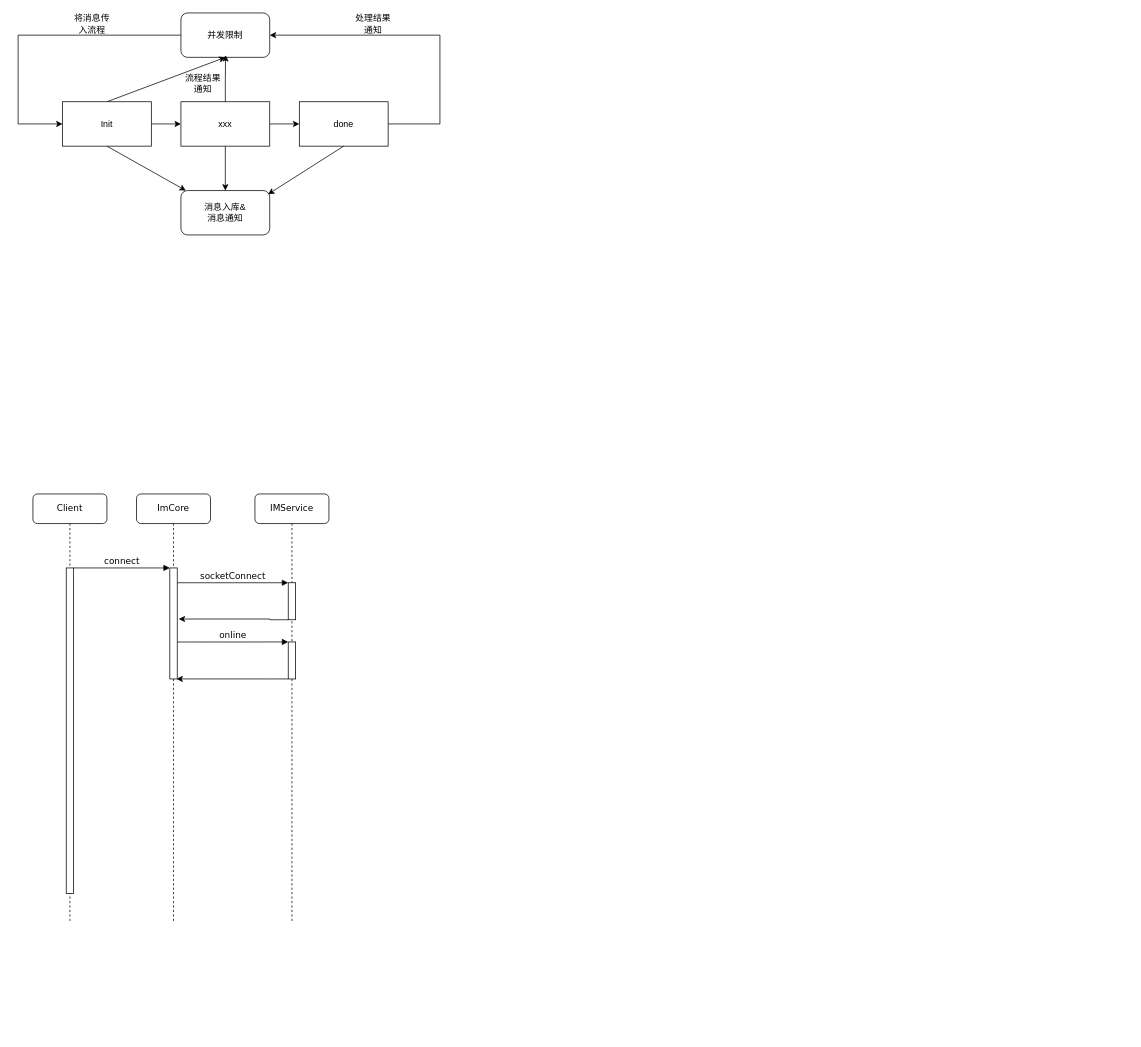
Before: draw/塔影/IM剥离.drawio in Jonty1997/personal_sources, a draw.io diagram. Source tidied: cells renumbered, new cells numbered last; positions are measured from the earlier drawing's top-left corner, leaving out a move shared by most shapes. Both pictures are drawn from the tidied source at 74%, with x=0, y=0 at pixel (18, 13).
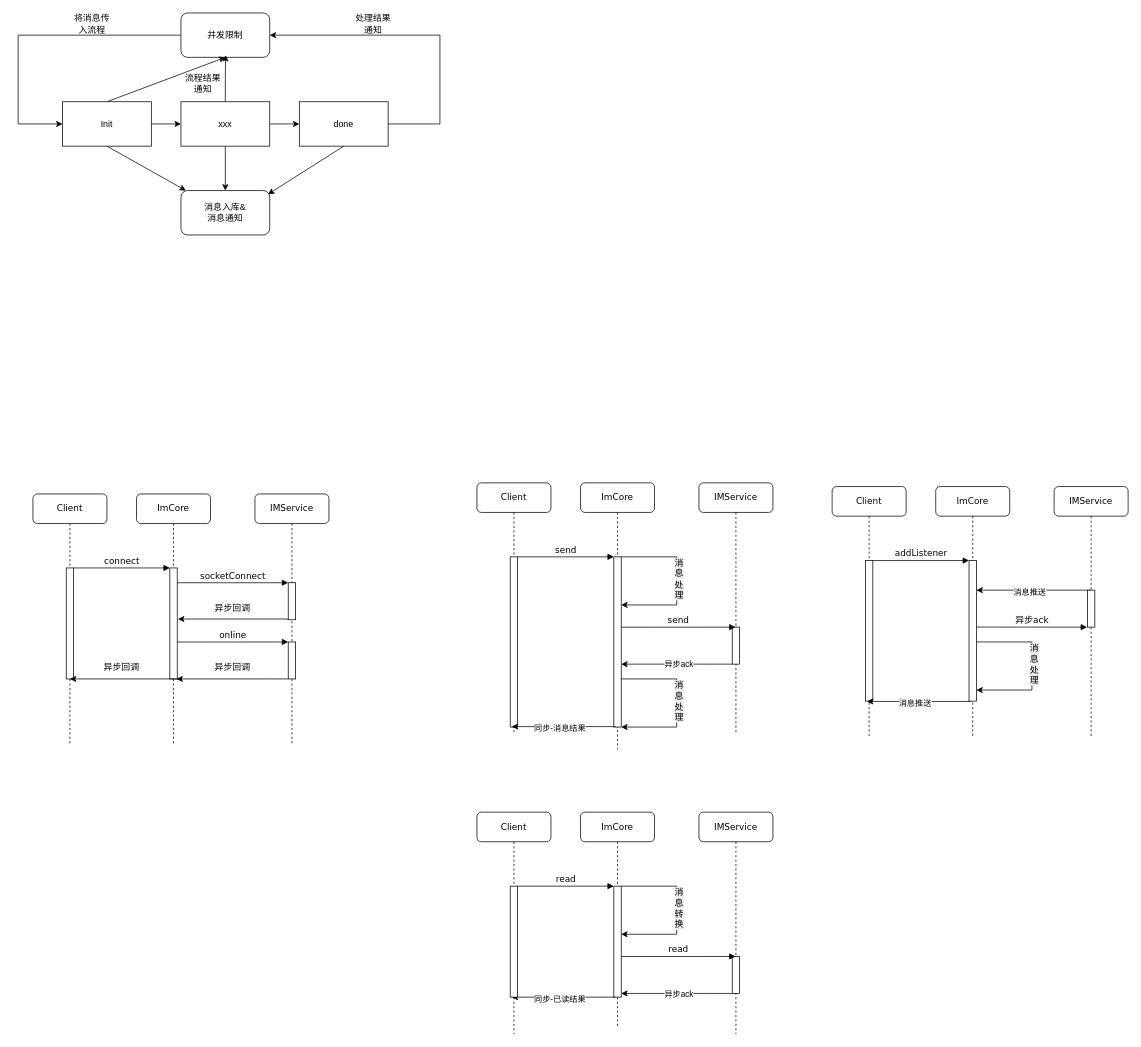
The same diagram, later.

The change refers to these unchanged cells:
```xml
<mxCell id="20" style="html=1;points=[];perimeter=orthogonalPerimeter;rounded=0;shadow=0;comic=0;labelBackgroundColor=none;strokeWidth=1;fontFamily=Verdana;fontSize=12;align=center;" parent="19" vertex="1">
  <mxGeometry x="45" y="100" width="10" height="150" as="geometry" />
</mxCell>
<mxCell id="22" style="html=1;points=[];perimeter=orthogonalPerimeter;rounded=0;shadow=0;comic=0;labelBackgroundColor=none;strokeWidth=1;fontFamily=Verdana;fontSize=12;align=center;" parent="21" vertex="1">
  <mxGeometry x="45" y="120" width="10" height="50" as="geometry" />
</mxCell>
```

What changed in the source:
```diff
@@
     <mxCell id="19" value="ImCore" style="shape=umlLifeline;perimeter=lifelinePerimeter;whiteSpace=wrap;html=1;rounded=1;shadow=0;comic=0;labelBackgroundColor=none;strokeWidth=1;fontFamily=Verdana;fontSize=12;align=center;" parent="1" vertex="1">
-      <mxGeometry x="160" y="650" width="100" height="580" as="geometry" />
+      <mxGeometry x="160" y="650" width="100" height="340" as="geometry" />
     </mxCell>
@@
     <mxCell id="21" value="IMService" style="shape=umlLifeline;perimeter=lifelinePerimeter;whiteSpace=wrap;html=1;rounded=1;shadow=0;comic=0;labelBackgroundColor=none;strokeWidth=1;fontFamily=Verdana;fontSize=12;align=center;" parent="1" vertex="1">
-      <mxGeometry x="320" y="650" width="100" height="580" as="geometry" />
+      <mxGeometry x="320" y="650" width="100" height="340" as="geometry" />
     </mxCell>
@@
+    <mxCell id="29" style="edgeStyle=orthogonalEdgeStyle;rounded=0;orthogonalLoop=1;jettySize=auto;html=1;entryX=1.2;entryY=0.46;entryDx=0;entryDy=0;entryPerimeter=0;" parent="21" edge="1">
+      <mxGeometry relative="1" as="geometry">
+        <mxPoint x="44" y="170" as="sourcePoint" />
+        <mxPoint x="-104" y="169" as="targetPoint" />
+        <Array as="points">
+          <mxPoint x="44" y="169" />
+        </Array>
+      </mxGeometry>
+    </mxCell>
     <mxCell id="25" value="Client" style="shape=umlLifeline;perimeter=lifelinePerimeter;whiteSpace=wrap;html=1;rounded=1;shadow=0;comic=0;labelBackgroundColor=none;strokeWidth=1;fontFamily=Verdana;fontSize=12;align=center;" parent="1" vertex="1">
-      <mxGeometry x="20" y="650" width="100" height="580" as="geometry" />
+      <mxGeometry x="20" y="650" width="100" height="340" as="geometry" />
     </mxCell>
     <mxCell id="26" style="html=1;points=[];perimeter=orthogonalPerimeter;rounded=0;shadow=0;comic=0;labelBackgroundColor=none;strokeWidth=1;fontFamily=Verdana;fontSize=12;align=center;" parent="25" vertex="1">
-      <mxGeometry x="45" y="100" width="10" height="440" as="geometry" />
+      <mxGeometry x="45" y="100" width="10" height="150" as="geometry" />
     </mxCell>
+    <mxCell id="31" style="edgeStyle=orthogonalEdgeStyle;rounded=0;orthogonalLoop=1;jettySize=auto;html=1;entryX=0.932;entryY=0.304;entryDx=0;entryDy=0;entryPerimeter=0;" parent="25" edge="1">
+      <mxGeometry relative="1" as="geometry">
+        <mxPoint x="201" y="250" as="sourcePoint" />
+        <mxPoint x="50" y="250" as="targetPoint" />
+        <Array as="points">
+          <mxPoint x="176" y="250" />
+        </Array>
+      </mxGeometry>
+    </mxCell>
@@
-    <mxCell id="29" style="edgeStyle=orthogonalEdgeStyle;rounded=0;jettySize=auto;html=1;entryX=1.2;entryY=0.46;entryDx=0;entryDy=0;entryPerimeter=0;" parent="1" edge="1" source="22" target="20">
-      <mxGeometry relative="1" as="geometry">
-        <Array as="points">
-          <mxPoint x="340" y="820" />
-          <mxPoint x="340" y="819" />
-        </Array>
-      </mxGeometry>
-    </mxCell>
@@
+    <mxCell id="32" value="ImCore" style="shape=umlLifeline;perimeter=lifelinePerimeter;whiteSpace=wrap;html=1;rounded=1;shadow=0;comic=0;labelBackgroundColor=none;strokeWidth=1;fontFamily=Verdana;fontSize=12;align=center;" parent="1" vertex="1">
+      <mxGeometry x="760" y="635" width="100" height="360" as="geometry" />
+    </mxCell>
+    <mxCell id="33" style="html=1;points=[];perimeter=orthogonalPerimeter;rounded=0;shadow=0;comic=0;labelBackgroundColor=none;strokeWidth=1;fontFamily=Verdana;fontSize=12;align=center;" parent="32" vertex="1">
+      <mxGeometry x="45" y="100" width="10" height="230" as="geometry" />
+    </mxCell>
+    <mxCell id="34" style="edgeStyle=orthogonalEdgeStyle;rounded=0;orthogonalLoop=1;jettySize=auto;html=1;" parent="32" edge="1">
+      <mxGeometry relative="1" as="geometry">
+        <mxPoint x="55" y="100" as="sourcePoint" />
+        <mxPoint x="55" y="165" as="targetPoint" />
+        <Array as="points">
+          <mxPoint x="130" y="100" />
+          <mxPoint x="130" y="165" />
+        </Array>
+      </mxGeometry>
+    </mxCell>
+    <mxCell id="35" value="&lt;span style=&quot;font-size: 12px; text-wrap-mode: wrap; background-color: rgb(236, 236, 236);&quot;&gt;消息处理&lt;/span&gt;" style="edgeLabel;html=1;align=center;verticalAlign=middle;" parent="34" vertex="1">
+      <mxGeometry x="-0.03" y="2" relative="1" as="geometry" />
+    </mxCell>
+    <mxCell id="36" style="edgeStyle=orthogonalEdgeStyle;rounded=0;orthogonalLoop=1;jettySize=auto;html=1;" parent="32" edge="1">
+      <mxGeometry relative="1" as="geometry">
+        <mxPoint x="205" y="245" as="sourcePoint" />
+        <mxPoint x="55" y="245" as="targetPoint" />
+        <Array as="points">
+          <mxPoint x="170" y="245" />
+          <mxPoint x="170" y="245" />
+        </Array>
+      </mxGeometry>
+    </mxCell>
+    <mxCell id="37" value="异步ack" style="edgeLabel;html=1;align=center;verticalAlign=middle;" parent="36" vertex="1">
+      <mxGeometry x="-0.03" relative="1" as="geometry" />
+    </mxCell>
+    <mxCell id="38" value="IMService" style="shape=umlLifeline;perimeter=lifelinePerimeter;whiteSpace=wrap;html=1;rounded=1;shadow=0;comic=0;labelBackgroundColor=none;strokeWidth=1;fontFamily=Verdana;fontSize=12;align=center;" parent="1" vertex="1">
+      <mxGeometry x="920" y="635" width="100" height="340" as="geometry" />
+    </mxCell>
+    <mxCell id="39" style="html=1;perimeter=orthogonalPerimeter;rounded=0;shadow=0;comic=0;labelBackgroundColor=none;strokeWidth=1;fontFamily=Verdana;fontSize=12;align=center;" parent="38" vertex="1">
+      <mxGeometry x="45" y="195" width="10" height="50" as="geometry" />
+    </mxCell>
+    <mxCell id="40" value="Client" style="shape=umlLifeline;perimeter=lifelinePerimeter;whiteSpace=wrap;html=1;rounded=1;shadow=0;comic=0;labelBackgroundColor=none;strokeWidth=1;fontFamily=Verdana;fontSize=12;align=center;" parent="1" vertex="1">
+      <mxGeometry x="620" y="635" width="100" height="340" as="geometry" />
+    </mxCell>
+    <mxCell id="41" style="html=1;points=[];perimeter=orthogonalPerimeter;rounded=0;shadow=0;comic=0;labelBackgroundColor=none;strokeWidth=1;fontFamily=Verdana;fontSize=12;align=center;" parent="40" vertex="1">
+      <mxGeometry x="45" y="100" width="10" height="230" as="geometry" />
+    </mxCell>
+    <mxCell id="42" value="send" style="html=1;verticalAlign=bottom;endArrow=block;entryX=0;entryY=0;labelBackgroundColor=none;fontFamily=Verdana;fontSize=12;edgeStyle=elbowEdgeStyle;elbow=vertical;rounded=0;" parent="1" edge="1" source="41" target="33">
+      <mxGeometry relative="1" as="geometry" />
+    </mxCell>
+    <mxCell id="43" value="异步回调" style="text;html=1;whiteSpace=wrap;strokeColor=none;fillColor=none;align=center;verticalAlign=middle;rounded=0;" parent="1" vertex="1">
+      <mxGeometry x="260" y="870" width="60" height="30" as="geometry" />
+    </mxCell>
+    <mxCell id="44" value="异步回调" style="text;html=1;whiteSpace=wrap;strokeColor=none;fillColor=none;align=center;verticalAlign=middle;rounded=0;" parent="1" vertex="1">
+      <mxGeometry x="260" y="790" width="60" height="30" as="geometry" />
+    </mxCell>
+    <mxCell id="45" value="异步回调" style="text;html=1;whiteSpace=wrap;strokeColor=none;fillColor=none;align=center;verticalAlign=middle;rounded=0;" parent="1" vertex="1">
+      <mxGeometry x="110" y="870" width="60" height="30" as="geometry" />
+    </mxCell>
+    <mxCell id="46" value="send" style="html=1;verticalAlign=bottom;endArrow=block;labelBackgroundColor=none;fontFamily=Verdana;fontSize=12;edgeStyle=elbowEdgeStyle;elbow=vertical;rounded=0;" parent="1" edge="1">
+      <mxGeometry relative="1" as="geometry">
+        <mxPoint x="815" y="830.1" as="sourcePoint" />
+        <mxPoint x="969.5" y="830.1" as="targetPoint" />
+      </mxGeometry>
+    </mxCell>
+    <mxCell id="47" style="edgeStyle=orthogonalEdgeStyle;rounded=0;orthogonalLoop=1;jettySize=auto;html=1;entryX=1.024;entryY=0.432;entryDx=0;entryDy=0;entryPerimeter=0;" parent="1" edge="1">
+      <mxGeometry relative="1" as="geometry">
+        <mxPoint x="815" y="900" as="sourcePoint" />
+        <mxPoint x="815" y="965" as="targetPoint" />
+        <Array as="points">
+          <mxPoint x="890" y="900" />
+          <mxPoint x="890" y="965" />
+        </Array>
+      </mxGeometry>
+    </mxCell>
+    <mxCell id="48" value="&lt;span style=&quot;font-size: 12px; text-wrap-mode: wrap; background-color: rgb(236, 236, 236);&quot;&gt;消息处理&lt;/span&gt;" style="edgeLabel;html=1;align=center;verticalAlign=middle;" parent="47" vertex="1">
+      <mxGeometry x="-0.03" y="2" relative="1" as="geometry" />
+    </mxCell>
+    <mxCell id="49" style="edgeStyle=orthogonalEdgeStyle;rounded=0;orthogonalLoop=1;jettySize=auto;html=1;entryX=0.932;entryY=0.304;entryDx=0;entryDy=0;entryPerimeter=0;" parent="1" edge="1">
+      <mxGeometry relative="1" as="geometry">
+        <mxPoint x="807" y="964.4" as="sourcePoint" />
+        <mxPoint x="667" y="964.4" as="targetPoint" />
+        <Array as="points">
+          <mxPoint x="793" y="964.4" />
+        </Array>
+      </mxGeometry>
+    </mxCell>
+    <mxCell id="50" value="同步-消息结果" style="edgeLabel;html=1;align=center;verticalAlign=middle;" parent="49" vertex="1">
+      <mxGeometry x="0.08" y="2" relative="1" as="geometry" />
+    </mxCell>
+    <mxCell id="51" value="ImCore" style="shape=umlLifeline;perimeter=lifelinePerimeter;whiteSpace=wrap;html=1;rounded=1;shadow=0;comic=0;labelBackgroundColor=none;strokeWidth=1;fontFamily=Verdana;fontSize=12;align=center;" parent="1" vertex="1">
+      <mxGeometry x="1240" y="640" width="100" height="340" as="geometry" />
+    </mxCell>
+    <mxCell id="52" style="html=1;points=[];perimeter=orthogonalPerimeter;rounded=0;shadow=0;comic=0;labelBackgroundColor=none;strokeWidth=1;fontFamily=Verdana;fontSize=12;align=center;" parent="51" vertex="1">
+      <mxGeometry x="45" y="100" width="10" height="190" as="geometry" />
+    </mxCell>
+    <mxCell id="53" style="edgeStyle=orthogonalEdgeStyle;rounded=0;orthogonalLoop=1;jettySize=auto;html=1;" parent="51" edge="1">
+      <mxGeometry relative="1" as="geometry">
+        <mxPoint x="210" y="140" as="sourcePoint" />
+        <mxPoint x="55" y="140" as="targetPoint" />
+        <Array as="points">
+          <mxPoint x="125" y="140" />
+          <mxPoint x="125" y="140" />
+        </Array>
+      </mxGeometry>
+    </mxCell>
+    <mxCell id="54" value="消息推送" style="edgeLabel;html=1;align=center;verticalAlign=middle;" parent="53" vertex="1">
+      <mxGeometry x="0.08" y="2" relative="1" as="geometry" />
+    </mxCell>
+    <mxCell id="55" style="edgeStyle=orthogonalEdgeStyle;rounded=0;orthogonalLoop=1;jettySize=auto;html=1;entryX=1.024;entryY=0.432;entryDx=0;entryDy=0;entryPerimeter=0;" parent="51" edge="1">
+      <mxGeometry relative="1" as="geometry">
+        <mxPoint x="55" y="210" as="sourcePoint" />
+        <mxPoint x="55" y="275" as="targetPoint" />
+        <Array as="points">
+          <mxPoint x="130" y="210" />
+          <mxPoint x="130" y="275" />
+        </Array>
+      </mxGeometry>
+    </mxCell>
+    <mxCell id="56" value="&lt;span style=&quot;font-size: 12px; text-wrap-mode: wrap; background-color: rgb(236, 236, 236);&quot;&gt;消息处理&lt;/span&gt;" style="edgeLabel;html=1;align=center;verticalAlign=middle;" parent="55" vertex="1">
+      <mxGeometry x="-0.03" y="2" relative="1" as="geometry" />
+    </mxCell>
+    <mxCell id="57" value="IMService" style="shape=umlLifeline;perimeter=lifelinePerimeter;whiteSpace=wrap;html=1;rounded=1;shadow=0;comic=0;labelBackgroundColor=none;strokeWidth=1;fontFamily=Verdana;fontSize=12;align=center;" parent="1" vertex="1">
+      <mxGeometry x="1400" y="640" width="100" height="340" as="geometry" />
+    </mxCell>
+    <mxCell id="58" style="html=1;perimeter=orthogonalPerimeter;rounded=0;shadow=0;comic=0;labelBackgroundColor=none;strokeWidth=1;fontFamily=Verdana;fontSize=12;align=center;" parent="57" vertex="1">
+      <mxGeometry x="45" y="140" width="10" height="50" as="geometry" />
+    </mxCell>
+    <mxCell id="59" value="Client" style="shape=umlLifeline;perimeter=lifelinePerimeter;whiteSpace=wrap;html=1;rounded=1;shadow=0;comic=0;labelBackgroundColor=none;strokeWidth=1;fontFamily=Verdana;fontSize=12;align=center;" parent="1" vertex="1">
+      <mxGeometry x="1100" y="640" width="100" height="340" as="geometry" />
+    </mxCell>
+    <mxCell id="60" style="html=1;points=[];perimeter=orthogonalPerimeter;rounded=0;shadow=0;comic=0;labelBackgroundColor=none;strokeWidth=1;fontFamily=Verdana;fontSize=12;align=center;" parent="59" vertex="1">
+      <mxGeometry x="45" y="100" width="10" height="190" as="geometry" />
+    </mxCell>
+    <mxCell id="61" value="addListener" style="html=1;verticalAlign=bottom;endArrow=block;entryX=0;entryY=0;labelBackgroundColor=none;fontFamily=Verdana;fontSize=12;edgeStyle=elbowEdgeStyle;elbow=vertical;rounded=0;" parent="1" edge="1" source="60" target="52">
+      <mxGeometry relative="1" as="geometry" />
+    </mxCell>
+    <mxCell id="62" style="edgeStyle=orthogonalEdgeStyle;rounded=0;orthogonalLoop=1;jettySize=auto;html=1;entryX=0.932;entryY=0.304;entryDx=0;entryDy=0;entryPerimeter=0;" parent="1" edge="1">
+      <mxGeometry relative="1" as="geometry">
+        <mxPoint x="1287" y="930.4" as="sourcePoint" />
+        <mxPoint x="1147" y="930.4" as="targetPoint" />
+        <Array as="points">
+          <mxPoint x="1273" y="930.4" />
+        </Array>
+      </mxGeometry>
+    </mxCell>
+    <mxCell id="63" value="消息推送" style="edgeLabel;html=1;align=center;verticalAlign=middle;" parent="62" vertex="1">
+      <mxGeometry x="0.08" y="2" relative="1" as="geometry" />
+    </mxCell>
+    <mxCell id="64" value="异步ack" style="html=1;verticalAlign=bottom;endArrow=block;labelBackgroundColor=none;fontFamily=Verdana;fontSize=12;edgeStyle=elbowEdgeStyle;elbow=vertical;rounded=0;exitX=1.5;exitY=0.391;exitDx=0;exitDy=0;exitPerimeter=0;" parent="1" edge="1">
+      <mxGeometry relative="1" as="geometry">
+        <mxPoint x="1295" y="829.9" as="sourcePoint" />
+        <mxPoint x="1444.5" y="829.9" as="targetPoint" />
+      </mxGeometry>
+    </mxCell>
+    <mxCell id="65" value="ImCore" style="shape=umlLifeline;perimeter=lifelinePerimeter;whiteSpace=wrap;html=1;rounded=1;shadow=0;comic=0;labelBackgroundColor=none;strokeWidth=1;fontFamily=Verdana;fontSize=12;align=center;" parent="1" vertex="1">
+      <mxGeometry x="760" y="1080" width="100" height="290" as="geometry" />
+    </mxCell>
+    <mxCell id="66" style="html=1;points=[];perimeter=orthogonalPerimeter;rounded=0;shadow=0;comic=0;labelBackgroundColor=none;strokeWidth=1;fontFamily=Verdana;fontSize=12;align=center;" parent="65" vertex="1">
+      <mxGeometry x="45" y="100" width="10" height="150" as="geometry" />
+    </mxCell>
+    <mxCell id="67" style="edgeStyle=orthogonalEdgeStyle;rounded=0;orthogonalLoop=1;jettySize=auto;html=1;" parent="65" edge="1">
+      <mxGeometry relative="1" as="geometry">
+        <mxPoint x="55" y="100" as="sourcePoint" />
+        <mxPoint x="55" y="165" as="targetPoint" />
+        <Array as="points">
+          <mxPoint x="130" y="100" />
+          <mxPoint x="130" y="165" />
+        </Array>
+      </mxGeometry>
+    </mxCell>
+    <mxCell id="68" value="&lt;span style=&quot;font-size: 12px; text-wrap-mode: wrap; background-color: rgb(236, 236, 236);&quot;&gt;消息转换&lt;/span&gt;" style="edgeLabel;html=1;align=center;verticalAlign=middle;" parent="67" vertex="1">
+      <mxGeometry x="-0.03" y="2" relative="1" as="geometry" />
+    </mxCell>
+    <mxCell id="69" style="edgeStyle=orthogonalEdgeStyle;rounded=0;orthogonalLoop=1;jettySize=auto;html=1;" parent="65" edge="1">
+      <mxGeometry relative="1" as="geometry">
+        <mxPoint x="205" y="245" as="sourcePoint" />
+        <mxPoint x="55" y="245" as="targetPoint" />
+        <Array as="points">
+          <mxPoint x="170" y="245" />
+          <mxPoint x="170" y="245" />
+        </Array>
+      </mxGeometry>
+    </mxCell>
+    <mxCell id="70" value="异步ack" style="edgeLabel;html=1;align=center;verticalAlign=middle;" parent="69" vertex="1">
+      <mxGeometry x="-0.03" relative="1" as="geometry" />
+    </mxCell>
+    <mxCell id="71" style="edgeStyle=orthogonalEdgeStyle;rounded=0;orthogonalLoop=1;jettySize=auto;html=1;entryX=0.932;entryY=0.304;entryDx=0;entryDy=0;entryPerimeter=0;" parent="65" edge="1">
+      <mxGeometry relative="1" as="geometry">
+        <mxPoint x="47" y="250" as="sourcePoint" />
+        <mxPoint x="-93" y="250" as="targetPoint" />
+        <Array as="points">
+          <mxPoint x="33" y="250" />
+        </Array>
+      </mxGeometry>
+    </mxCell>
+    <mxCell id="72" value="同步-已读结果" style="edgeLabel;html=1;align=center;verticalAlign=middle;" parent="71" vertex="1">
+      <mxGeometry x="0.08" y="2" relative="1" as="geometry" />
+    </mxCell>
+    <mxCell id="73" value="IMService" style="shape=umlLifeline;perimeter=lifelinePerimeter;whiteSpace=wrap;html=1;rounded=1;shadow=0;comic=0;labelBackgroundColor=none;strokeWidth=1;fontFamily=Verdana;fontSize=12;align=center;" parent="1" vertex="1">
+      <mxGeometry x="920" y="1080" width="100" height="300" as="geometry" />
+    </mxCell>
+    <mxCell id="74" style="html=1;perimeter=orthogonalPerimeter;rounded=0;shadow=0;comic=0;labelBackgroundColor=none;strokeWidth=1;fontFamily=Verdana;fontSize=12;align=center;" parent="73" vertex="1">
+      <mxGeometry x="45" y="195" width="10" height="50" as="geometry" />
+    </mxCell>
+    <mxCell id="75" value="Client" style="shape=umlLifeline;perimeter=lifelinePerimeter;whiteSpace=wrap;html=1;rounded=1;shadow=0;comic=0;labelBackgroundColor=none;strokeWidth=1;fontFamily=Verdana;fontSize=12;align=center;" parent="1" vertex="1">
+      <mxGeometry x="620" y="1080" width="100" height="300" as="geometry" />
+    </mxCell>
+    <mxCell id="76" style="html=1;points=[];perimeter=orthogonalPerimeter;rounded=0;shadow=0;comic=0;labelBackgroundColor=none;strokeWidth=1;fontFamily=Verdana;fontSize=12;align=center;" parent="75" vertex="1">
+      <mxGeometry x="45" y="100" width="10" height="150" as="geometry" />
+    </mxCell>
+    <mxCell id="77" value="read" style="html=1;verticalAlign=bottom;endArrow=block;entryX=0;entryY=0;labelBackgroundColor=none;fontFamily=Verdana;fontSize=12;edgeStyle=elbowEdgeStyle;elbow=vertical;rounded=0;" parent="1" edge="1" source="76" target="66">
+      <mxGeometry relative="1" as="geometry" />
+    </mxCell>
+    <mxCell id="78" value="read" style="html=1;verticalAlign=bottom;endArrow=block;labelBackgroundColor=none;fontFamily=Verdana;fontSize=12;edgeStyle=elbowEdgeStyle;elbow=vertical;rounded=0;" parent="1" edge="1">
+      <mxGeometry relative="1" as="geometry">
+        <mxPoint x="815" y="1275.1" as="sourcePoint" />
+        <mxPoint x="969.5" y="1275.1" as="targetPoint" />
+      </mxGeometry>
+    </mxCell>
```
